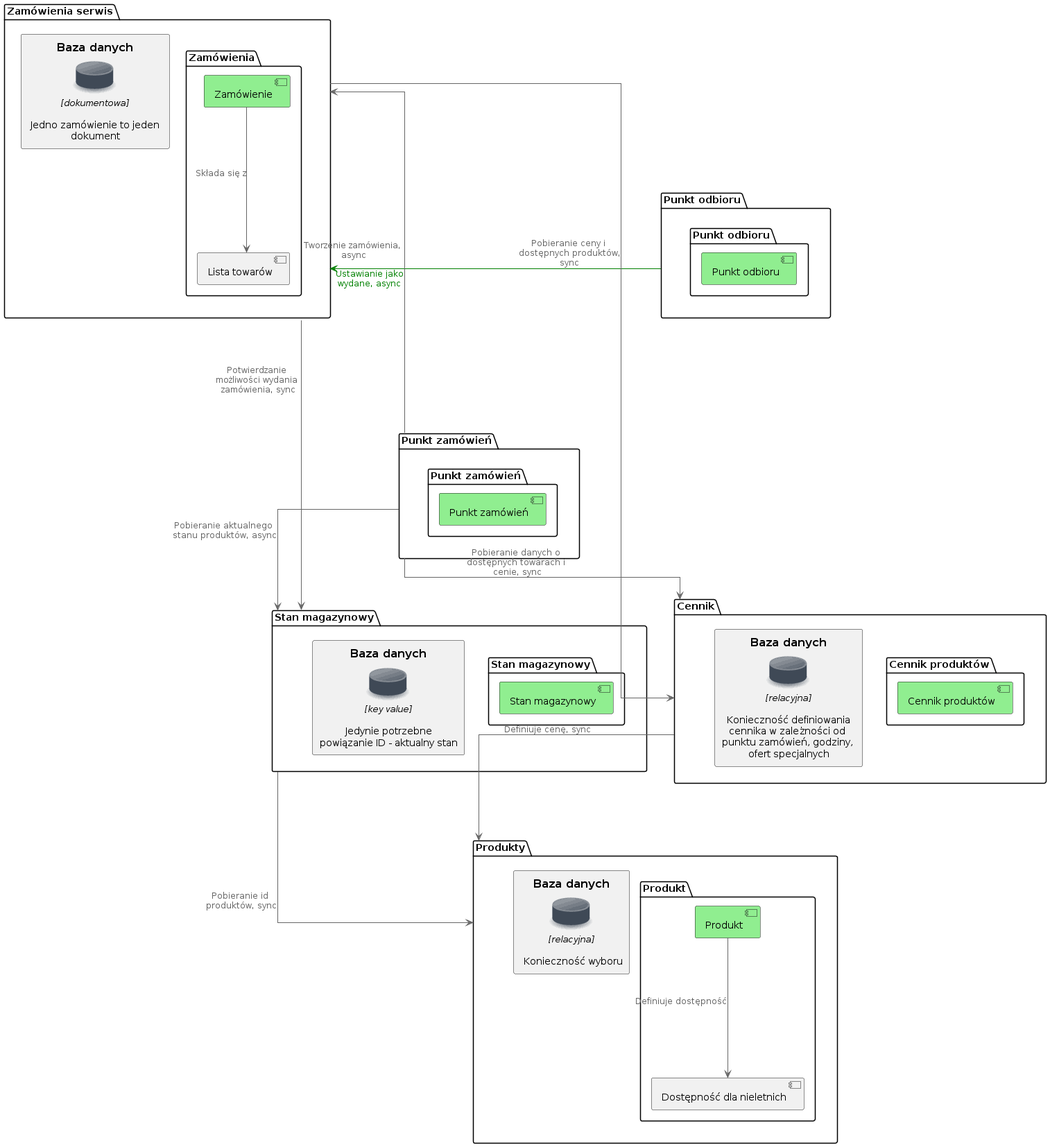
The PlantUML diagram Etap3/Etap3-Architektura.png in nikonowiczp/ANSI_project, before a commit. The source it was exported from:
```plantuml
@startuml
!include <kubernetes/k8s-sprites-unlabeled-25pct>
!define osaPuml https://raw.githubusercontent.com/xeruf/PlantUML-opensecurityarchitecture2-icons/main
!include osaPuml/Common.puml
!include osaPuml/User/all.puml
!include osaPuml/Hardware/all.puml
!include osaPuml/Misc/all.puml
!include osaPuml/Server/all.puml
!include osaPuml/Site/all.puml
!define ICONURL https://raw.githubusercontent.com/tupadr3/plantuml-icon-font-sprites/v2.2.0
!includeurl ICONURL/font-awesome-5/gitlab.puml
!include <osa/firewall/firewall.puml>
skinparam linetype ortho

top to bottom direction

skinparam ranksep 150
skinparam nodesep 50

package "Cennik" as _cennik_service{
    package "Cennik produktów"{
        [Cennik produktów] as _cennik_towarow #LightGreen
    }
    osa_database(_dbcennik, "Baza danych ","relacyjna","Konieczność definiowania cennika w zależności od punktu zamówień, godziny, ofert specjalnych")
}

package "Produkty" as _produkty_service{
    package "Produkt"{
        [Produkt] as _produkt #LightGreen
        [Dostępność dla nieletnich] as _dostepnosc
    }

    osa_database(_dbproducts, "Baza danych ","relacyjna","Konieczność wyboru")
}


package "Zamówienia serwis" as _zamowienia_serwis {
    package "Zamówienia" {
        [Zamówienie] as _zamowienie #LightGreen
        [Lista towarów] as _lista_towarow
    }
     osa_database(_dbzamówienia, "Baza danych ","dokumentowa","Jedno zamówienie to jeden dokument")
}

package "Punkt zamówień" as _punkt_zamowien_serwis {
    package "Punkt zamówień" {
        [Punkt zamówień] as _punkt_zamowien #LightGreen
    }
}
package "Punkt odbioru" as _punkt_odbioru_serwis {
    package "Punkt odbioru" {
        [Punkt odbioru] as _punkt_odbioru #LightGreen
    }
}


package "Stan magazynowy" as _magazyn_service{
    package "Stan magazynowy" {
        [Stan magazynowy] as _stan_magazynowy #LightGreen
    }
    osa_database(_dbmagazyn, "Baza danych ","key value","Jedynie potrzebne powiązanie ID - aktualny stan")

}

_zamowienie --> _lista_towarow : Składa się z
_produkt -->_dostepnosc: Definiuje dostępność



_zamowienia_serwis <-[#Green]- _punkt_odbioru_serwis:<color:Green> Ustawianie jako wydane, async
_zamowienia_serwis <-- _punkt_zamowien_serwis : Tworzenie zamówienia, async
_zamowienia_serwis -----> _cennik_service: Pobieranie ceny i dostępnych produktów, sync
_zamowienia_serwis -----> _magazyn_service: Potwierdzanie możliwości wydania zamówienia, sync


_punkt_zamowien_serwis --> _cennik_service: Pobieranie danych o dostępnych towarach i cenie, sync
_cennik_service --> _produkty_service : Definiuje cenę, sync

_magazyn_service -> _produkty_service: Pobieranie id produktów, sync

_punkt_zamowien_serwis --> _magazyn_service: Pobieranie aktualnego stanu produktów, async
@enduml
```
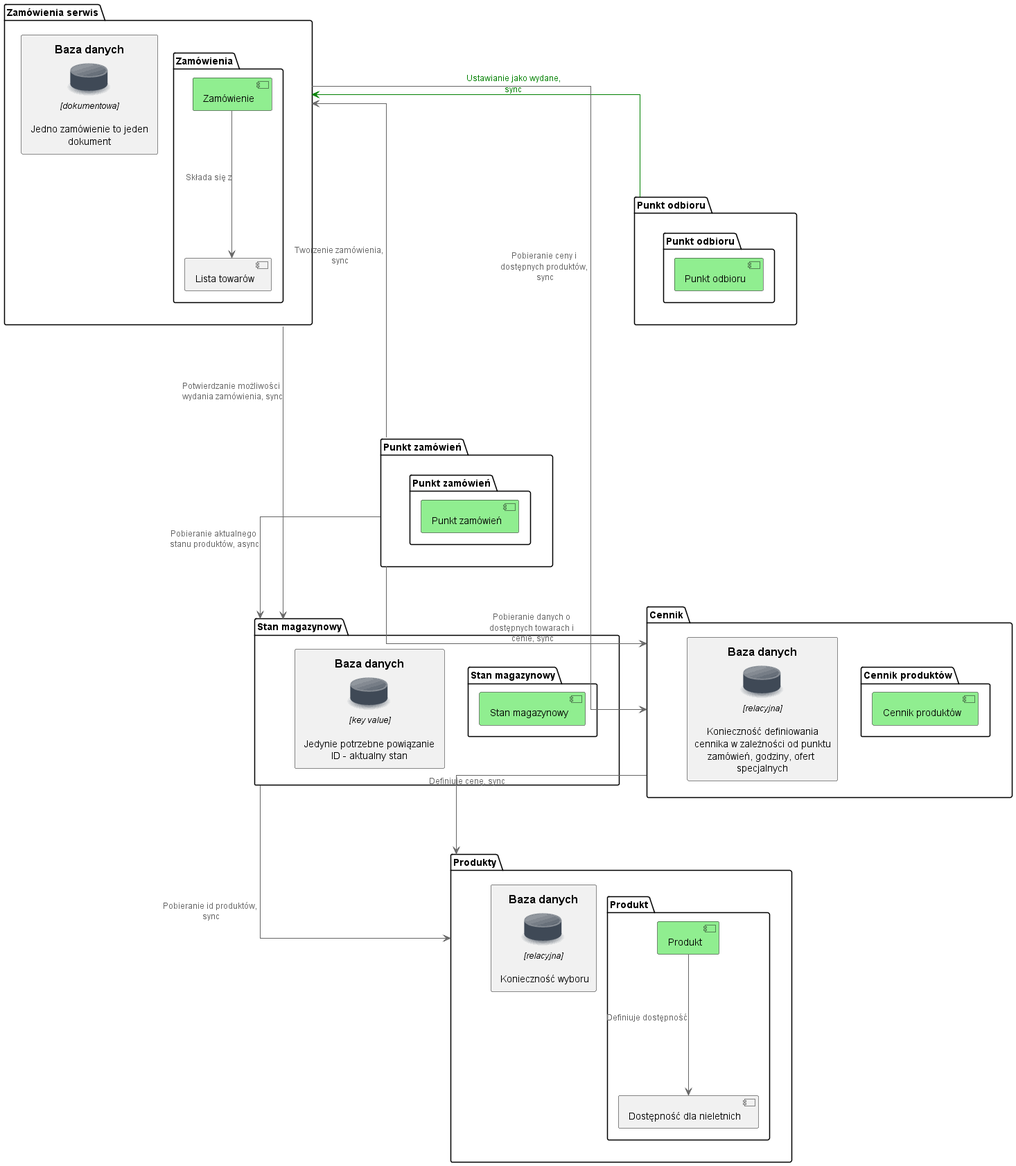
After the commit.

Diff of the diagram source:
```diff
@@ -67,8 +67,8 @@
 
 
 
-_zamowienia_serwis <-[#Green]- _punkt_odbioru_serwis:<color:Green> Ustawianie jako wydane, async
-_zamowienia_serwis <-- _punkt_zamowien_serwis : Tworzenie zamówienia, async
+_zamowienia_serwis <-[#Green]- _punkt_odbioru_serwis:<color:Green> Ustawianie jako wydane, sync
+_zamowienia_serwis <-- _punkt_zamowien_serwis : Tworzenie zamówienia, sync
 _zamowienia_serwis -----> _cennik_service: Pobieranie ceny i dostępnych produktów, sync
 _zamowienia_serwis -----> _magazyn_service: Potwierdzanie możliwości wydania zamówienia, sync
 
```
